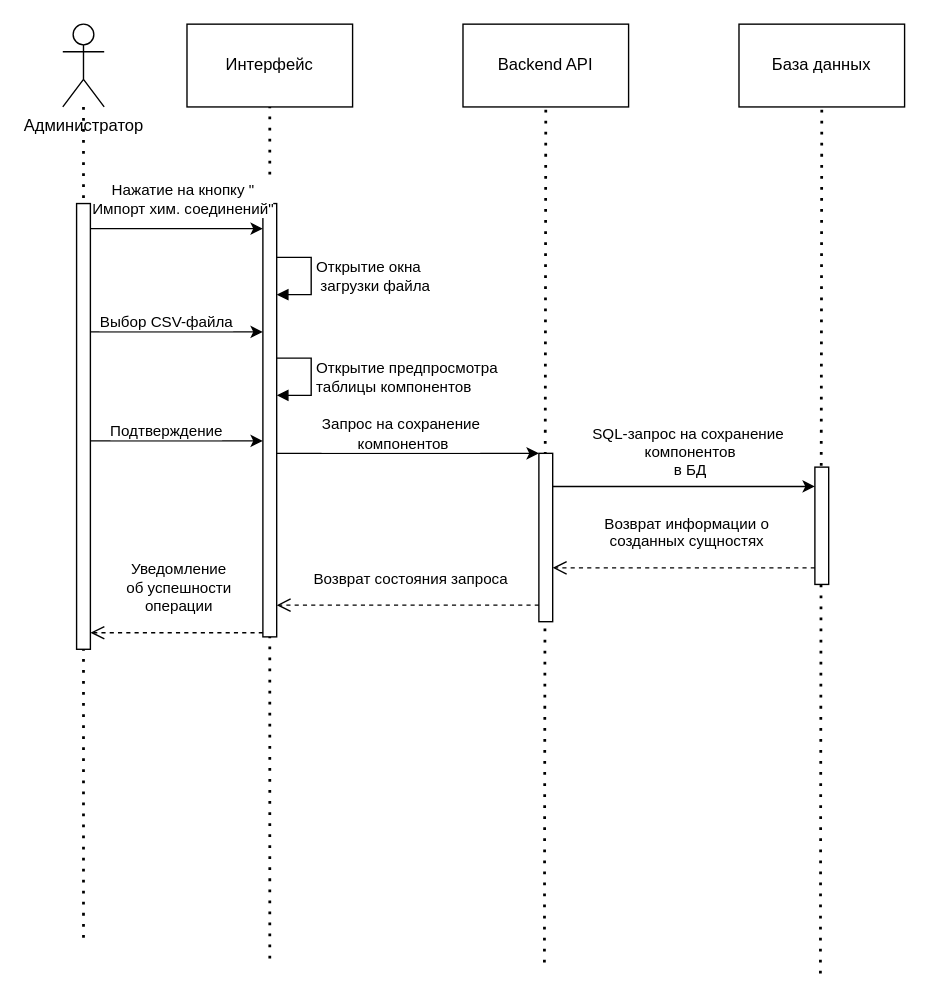
The draw.io diagram sequence_import-components.drawio in eva01pilot/plant-tissue-diagrams, before the edit. Source tidied: cells renumbered, new cells numbered last; positions are measured from the earlier drawing's top-left corner, leaving out a move shared by most shapes. Both pictures are drawn from the tidied source at 138%, with x=0, y=0 at pixel (62, 23).
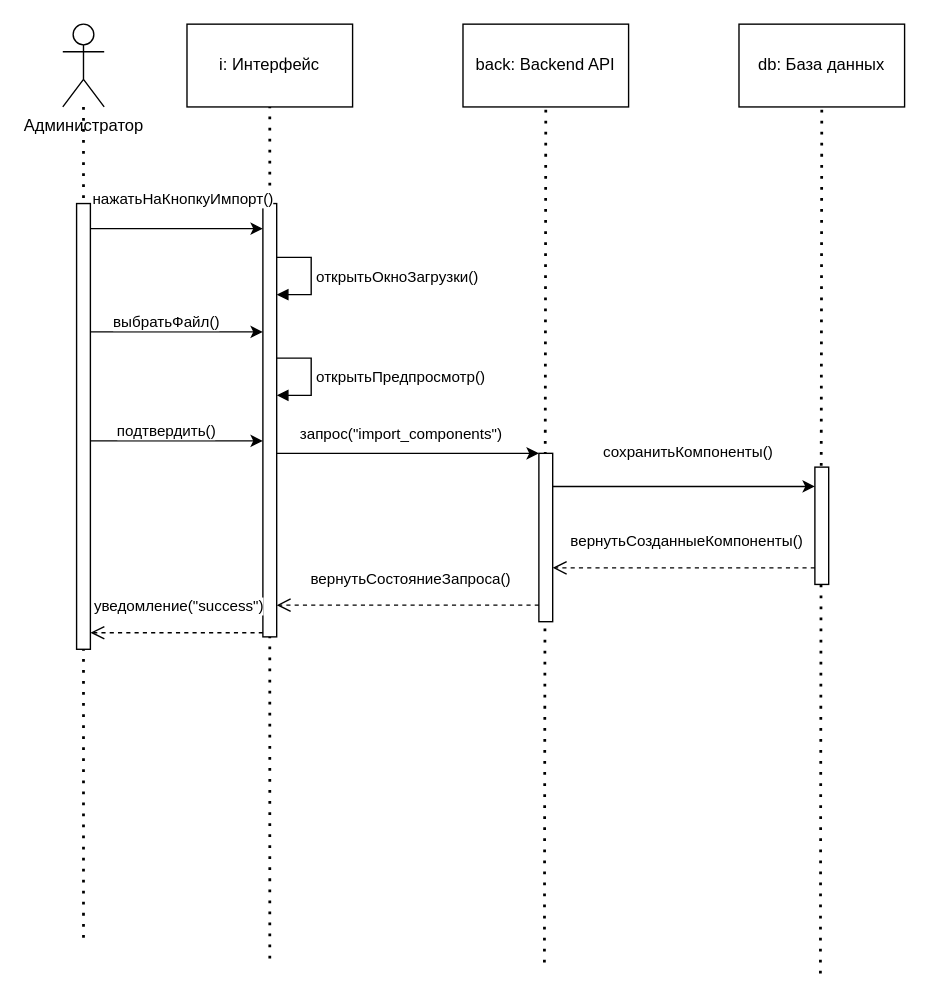
The same page after the edit.

Unchanged cells that the change refers to:
```xml
<mxCell id="14" style="endArrow=classic;html=1;rounded=0;entryX=0;entryY=0.058;entryDx=0;entryDy=0;entryPerimeter=0;" parent="1" edge="1" source="8" target="9">
  <mxGeometry relative="1" as="geometry" />
</mxCell>
<mxCell id="17" style="endArrow=classic;html=1;rounded=0;" parent="1" edge="1">
  <mxGeometry relative="1" as="geometry">
    <mxPoint x="20" y="223" as="sourcePoint" />
    <mxPoint x="145" y="223" as="targetPoint" />
  </mxGeometry>
</mxCell>
<mxCell id="20" style="endArrow=classic;html=1;rounded=0;" parent="1" edge="1">
  <mxGeometry relative="1" as="geometry">
    <mxPoint x="20" y="302" as="sourcePoint" />
    <mxPoint x="145" y="302" as="targetPoint" />
  </mxGeometry>
</mxCell>
<mxCell id="22" style="endArrow=classic;html=1;rounded=0;" parent="1" edge="1" source="9" target="11">
  <mxGeometry relative="1" as="geometry" />
</mxCell>
<mxCell id="24" style="endArrow=classic;html=1;rounded=0;" parent="1" edge="1">
  <mxGeometry relative="1" as="geometry">
    <mxPoint x="355" y="335" as="sourcePoint" />
    <mxPoint x="545" y="335" as="targetPoint" />
  </mxGeometry>
</mxCell>
```

Diff of the diagram source:
```diff
@@
-    <mxCell id="7" value="Интерфейс" style="rounded=0;whiteSpace=wrap;html=1;" parent="1" vertex="1">
+    <mxCell id="7" value="i: Интерфейс" style="rounded=0;whiteSpace=wrap;html=1;" parent="1" vertex="1">
       <mxGeometry x="90" width="120" height="60" as="geometry" />
     </mxCell>
@@
-    <mxCell id="10" value="Backend API" style="rounded=0;whiteSpace=wrap;html=1;" parent="1" vertex="1">
+    <mxCell id="10" value="back: Backend API" style="rounded=0;whiteSpace=wrap;html=1;" parent="1" vertex="1">
       <mxGeometry x="290" width="120" height="60" as="geometry" />
     </mxCell>
@@
-    <mxCell id="12" value="База данных" style="rounded=0;whiteSpace=wrap;html=1;" parent="1" vertex="1">
+    <mxCell id="12" value="db: База данных" style="rounded=0;whiteSpace=wrap;html=1;" parent="1" vertex="1">
       <mxGeometry x="490" width="120" height="60" as="geometry" />
     </mxCell>
@@
-    <mxCell id="15" value="Нажатие на кнопку &quot;&lt;br&gt;Импорт хим. соединений&quot;" style="edgeLabel;html=1;align=center;verticalAlign=middle;" parent="14" vertex="1">
+    <mxCell id="15" value="нажатьНаКнопкуИмпорт()" style="edgeLabel;html=1;align=center;verticalAlign=middle;" parent="14" vertex="1">
       <mxGeometry x="-0.14" y="-1" relative="1" as="geometry">
         <mxPoint x="12" y="-23" as="offset" />
       </mxGeometry>
     </mxCell>
-    <mxCell id="16" value="&lt;div&gt;Открытие окна&lt;/div&gt;&lt;div&gt;&amp;nbsp;загрузки файла&lt;/div&gt;" style="html=1;align=left;spacingLeft=2;endArrow=block;rounded=0;edgeStyle=orthogonalEdgeStyle;curved=0;rounded=0;exitX=1;exitY=0.246;exitDx=0;exitDy=0;exitPerimeter=0;" parent="1" edge="1">
-      <mxGeometry x="0.01" relative="1" as="geometry">
+    <mxCell id="16" value="открытьОкноЗагрузки()" style="html=1;align=left;spacingLeft=2;endArrow=block;rounded=0;edgeStyle=orthogonalEdgeStyle;curved=0;rounded=0;exitX=1;exitY=0.246;exitDx=0;exitDy=0;exitPerimeter=0;" parent="1" edge="1">
+      <mxGeometry x="0.02" relative="1" as="geometry">
         <mxPoint x="155" y="169" as="sourcePoint" />
         <mxPoint x="155" y="196" as="targetPoint" />
         <Array as="points">
           <mxPoint x="180" y="169" />
           <mxPoint x="180" y="196" />
         </Array>
       </mxGeometry>
     </mxCell>
@@
-    <mxCell id="18" value="Выбор CSV-файла" style="edgeLabel;html=1;align=center;verticalAlign=middle;" parent="17" vertex="1">
+    <mxCell id="18" value="выбратьФайл()" style="edgeLabel;html=1;align=center;verticalAlign=middle;" parent="17" vertex="1">
       <mxGeometry x="-0.18" y="2" relative="1" as="geometry">
         <mxPoint x="3" y="-6" as="offset" />
       </mxGeometry>
     </mxCell>
-    <mxCell id="19" value="&lt;div&gt;Открытие предпросмотра&lt;/div&gt;&lt;div&gt;таблицы компонентов&lt;br&gt;&lt;/div&gt;" style="html=1;align=left;spacingLeft=2;endArrow=block;rounded=0;edgeStyle=orthogonalEdgeStyle;curved=0;rounded=0;exitX=1;exitY=0.246;exitDx=0;exitDy=0;exitPerimeter=0;" parent="1" edge="1">
+    <mxCell id="19" value="открытьПредпросмотр()" style="html=1;align=left;spacingLeft=2;endArrow=block;rounded=0;edgeStyle=orthogonalEdgeStyle;curved=0;rounded=0;exitX=1;exitY=0.246;exitDx=0;exitDy=0;exitPerimeter=0;" parent="1" edge="1">
       <mxGeometry x="0.01" relative="1" as="geometry">
         <mxPoint x="155" y="242" as="sourcePoint" />
         <mxPoint x="155" y="269" as="targetPoint" />
         <Array as="points">
           <mxPoint x="180" y="242" />
           <mxPoint x="180" y="269" />
         </Array>
       </mxGeometry>
     </mxCell>
@@
-    <mxCell id="21" value="Подтверждение" style="edgeLabel;html=1;align=center;verticalAlign=middle;" parent="20" vertex="1">
+    <mxCell id="21" value="подтвердить()" style="edgeLabel;html=1;align=center;verticalAlign=middle;" parent="20" vertex="1">
       <mxGeometry x="-0.18" y="2" relative="1" as="geometry">
         <mxPoint x="3" y="-6" as="offset" />
       </mxGeometry>
     </mxCell>
@@
-    <mxCell id="23" value="&lt;div&gt;Запрос на сохранение&lt;/div&gt;&lt;div&gt;&amp;nbsp;компонентов&lt;/div&gt;" style="edgeLabel;html=1;align=center;verticalAlign=middle;" parent="22" vertex="1">
+    <mxCell id="23" value="запрос(&quot;import_components&quot;)" style="edgeLabel;html=1;align=center;verticalAlign=middle;" parent="22" vertex="1">
       <mxGeometry x="0.14" y="1" relative="1" as="geometry">
         <mxPoint x="-19" y="-14" as="offset" />
       </mxGeometry>
     </mxCell>
@@
-    <mxCell id="25" value="&lt;div&gt;SQL-запрос на сохранение&lt;/div&gt;&lt;div&gt;&amp;nbsp;компонентов&lt;/div&gt;&amp;nbsp;в БД" style="edgeLabel;html=1;align=center;verticalAlign=middle;" parent="24" vertex="1">
+    <mxCell id="25" value="сохранитьКомпоненты()" style="edgeLabel;html=1;align=center;verticalAlign=middle;" parent="24" vertex="1">
       <mxGeometry x="0.14" y="1" relative="1" as="geometry">
         <mxPoint x="-11" y="-25" as="offset" />
       </mxGeometry>
     </mxCell>
-    <mxCell id="26" value="&lt;div&gt;Возврат информации о &lt;br&gt;&lt;/div&gt;&lt;div&gt;созданных сущностях&lt;br&gt;&lt;/div&gt;" style="html=1;verticalAlign=bottom;endArrow=open;dashed=1;endSize=8;curved=0;rounded=0;" parent="1" edge="1">
+    <mxCell id="26" value="вернутьСозданныеКомпоненты()" style="html=1;verticalAlign=bottom;endArrow=open;dashed=1;endSize=8;curved=0;rounded=0;" parent="1" edge="1">
       <mxGeometry x="-0.02" y="-10" relative="1" as="geometry">
         <mxPoint x="545" y="394" as="sourcePoint" />
         <mxPoint x="355" y="394" as="targetPoint" />
       </mxGeometry>
     </mxCell>
-    <mxCell id="27" value="&lt;div&gt;Возврат состояния запроса&lt;/div&gt;" style="html=1;verticalAlign=bottom;endArrow=open;dashed=1;endSize=8;curved=0;rounded=0;" parent="1" edge="1">
+    <mxCell id="27" value="вернутьСостояниеЗапроса()" style="html=1;verticalAlign=bottom;endArrow=open;dashed=1;endSize=8;curved=0;rounded=0;" parent="1" edge="1">
       <mxGeometry x="-0.02" y="-10" relative="1" as="geometry">
         <mxPoint x="345" y="421" as="sourcePoint" />
         <mxPoint x="155" y="421" as="targetPoint" />
       </mxGeometry>
     </mxCell>
-    <mxCell id="28" value="&lt;div&gt;Уведомление&lt;/div&gt;&lt;div&gt;об успешности &lt;br&gt;&lt;/div&gt;&lt;div&gt;операции&lt;br&gt;&lt;/div&gt;" style="html=1;verticalAlign=bottom;endArrow=open;dashed=1;endSize=8;curved=0;rounded=0;" parent="1" edge="1">
+    <mxCell id="28" value="уведомление(&quot;success&quot;)" style="html=1;verticalAlign=bottom;endArrow=open;dashed=1;endSize=8;curved=0;rounded=0;" parent="1" edge="1">
       <mxGeometry x="-0.02" y="-10" relative="1" as="geometry">
         <mxPoint x="145" y="441" as="sourcePoint" />
         <mxPoint x="20" y="441" as="targetPoint" />
       </mxGeometry>
     </mxCell>
```
